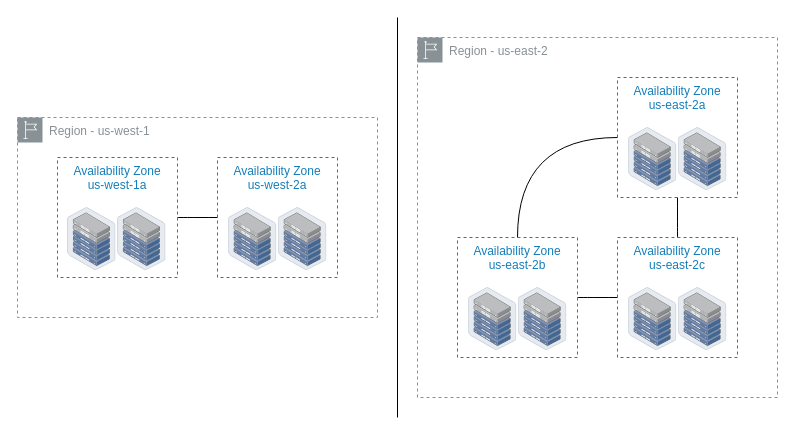
Earlier version of the draw.io diagram diagrams/regions.drawio (MichaelStott/tech-squawks). Source tidied: cells renumbered, new cells numbered last; positions are measured from the earlier drawing's top-left corner, leaving out a move shared by most shapes. Both pictures are drawn from the tidied source at 100%, with x=0, y=0 at pixel (17, 17).
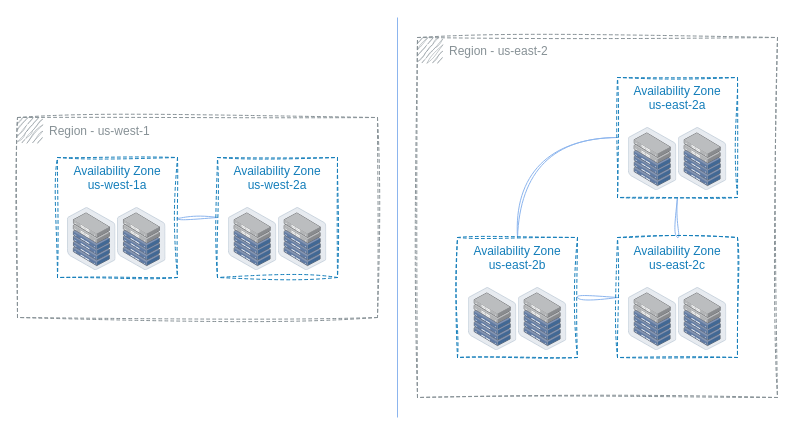
After the change.

The edit, as a diff of the source:
```diff
@@
-    <mxCell id="2" value="&lt;div&gt;Region - us-east-2&lt;/div&gt;" style="sketch=0;gradientColor=none;html=1;whiteSpace=wrap;fontSize=12;fontStyle=0;shape=mxgraph.aws4.group;grIcon=mxgraph.aws4.group_region;strokeColor=#879196;fillColor=none;verticalAlign=top;align=left;spacingLeft=30;fontColor=#879196;dashed=1;" parent="1" vertex="1">
+    <mxCell id="2" value="&lt;div&gt;Region - us-east-2&lt;/div&gt;" style="gradientColor=none;html=1;whiteSpace=wrap;fontSize=12;fontStyle=0;shape=mxgraph.aws4.group;grIcon=mxgraph.aws4.group_region;strokeColor=#879196;fillColor=none;verticalAlign=top;align=left;spacingLeft=30;fontColor=#879196;dashed=1;sketch=1;curveFitting=1;jiggle=2;" parent="1" vertex="1">
       <mxGeometry x="400" y="20" width="360" height="360" as="geometry" />
     </mxCell>
-    <mxCell id="3" style="edgeStyle=orthogonalEdgeStyle;jettySize=auto;html=1;exitX=0.5;exitY=0;exitDx=0;exitDy=0;entryX=0;entryY=0.5;entryDx=0;entryDy=0;endArrow=none;endFill=0;curved=1;" parent="1" edge="1" source="5" target="8">
+    <mxCell id="3" style="edgeStyle=orthogonalEdgeStyle;jettySize=auto;html=1;exitX=0.5;exitY=0;exitDx=0;exitDy=0;entryX=0;entryY=0.5;entryDx=0;entryDy=0;endArrow=none;endFill=0;curved=1;strokeColor=#8CB5EE;sketch=1;curveFitting=1;jiggle=2;" parent="1" edge="1" source="5" target="8">
       <mxGeometry relative="1" as="geometry" />
     </mxCell>
-    <mxCell id="4" style="edgeStyle=orthogonalEdgeStyle;curved=1;jettySize=auto;html=1;exitX=1;exitY=0.5;exitDx=0;exitDy=0;entryX=0;entryY=0.5;entryDx=0;entryDy=0;endArrow=none;endFill=0;" parent="1" edge="1" source="5" target="7">
+    <mxCell id="4" style="edgeStyle=orthogonalEdgeStyle;curved=1;jettySize=auto;html=1;exitX=1;exitY=0.5;exitDx=0;exitDy=0;entryX=0;entryY=0.5;entryDx=0;entryDy=0;endArrow=none;endFill=0;strokeColor=#8CB5EE;sketch=1;curveFitting=1;jiggle=2;" parent="1" edge="1" source="5" target="7">
       <mxGeometry relative="1" as="geometry" />
     </mxCell>
-    <mxCell id="5" value="Availability Zone&#10;us-east-2b&#10;" style="fillColor=none;strokeColor=#147EBA;dashed=1;verticalAlign=top;fontStyle=0;fontColor=#147EBA;" parent="1" vertex="1">
+    <mxCell id="5" value="Availability Zone&#10;us-east-2b&#10;" style="fillColor=none;strokeColor=#147EBA;dashed=1;verticalAlign=top;fontStyle=0;fontColor=#147EBA;sketch=1;curveFitting=1;jiggle=2;" parent="1" vertex="1">
       <mxGeometry x="440" y="220" width="120" height="120" as="geometry" />
     </mxCell>
-    <mxCell id="6" style="edgeStyle=orthogonalEdgeStyle;curved=1;jettySize=auto;html=1;exitX=0.5;exitY=0;exitDx=0;exitDy=0;entryX=0.5;entryY=1;entryDx=0;entryDy=0;endArrow=none;endFill=0;" parent="1" edge="1" source="7" target="8">
+    <mxCell id="6" style="edgeStyle=orthogonalEdgeStyle;curved=1;jettySize=auto;html=1;exitX=0.5;exitY=0;exitDx=0;exitDy=0;entryX=0.5;entryY=1;entryDx=0;entryDy=0;endArrow=none;endFill=0;strokeColor=#8CB5EE;sketch=1;curveFitting=1;jiggle=2;" parent="1" edge="1" source="7" target="8">
       <mxGeometry relative="1" as="geometry" />
     </mxCell>
-    <mxCell id="7" value="Availability Zone&#10;us-east-2c&#10;" style="fillColor=none;strokeColor=#147EBA;dashed=1;verticalAlign=top;fontStyle=0;fontColor=#147EBA;" parent="1" vertex="1">
+    <mxCell id="7" value="Availability Zone&#10;us-east-2c&#10;" style="fillColor=none;strokeColor=#147EBA;dashed=1;verticalAlign=top;fontStyle=0;fontColor=#147EBA;sketch=1;curveFitting=1;jiggle=2;" parent="1" vertex="1">
       <mxGeometry x="600" y="220" width="120" height="120" as="geometry" />
     </mxCell>
-    <mxCell id="8" value="Availability Zone&#10;us-east-2a&#10;" style="fillColor=none;strokeColor=#147EBA;dashed=1;verticalAlign=top;fontStyle=0;fontColor=#147EBA;" parent="1" vertex="1">
+    <mxCell id="8" value="Availability Zone&#10;us-east-2a&#10;" style="fillColor=none;strokeColor=#147EBA;dashed=1;verticalAlign=top;fontStyle=0;fontColor=#147EBA;sketch=1;curveFitting=1;jiggle=2;" parent="1" vertex="1">
       <mxGeometry x="600" y="60" width="120" height="120" as="geometry" />
     </mxCell>
-    <mxCell id="9" value="&lt;div&gt;Region - us-west-1&lt;/div&gt;" style="sketch=0;gradientColor=none;html=1;whiteSpace=wrap;fontSize=12;fontStyle=0;shape=mxgraph.aws4.group;grIcon=mxgraph.aws4.group_region;strokeColor=#879196;fillColor=none;verticalAlign=top;align=left;spacingLeft=30;fontColor=#879196;dashed=1;" parent="1" vertex="1">
+    <mxCell id="9" value="&lt;div&gt;Region - us-west-1&lt;/div&gt;" style="sketch=1;gradientColor=none;html=1;whiteSpace=wrap;fontSize=12;fontStyle=0;shape=mxgraph.aws4.group;grIcon=mxgraph.aws4.group_region;strokeColor=#879196;fillColor=none;verticalAlign=top;align=left;spacingLeft=30;fontColor=#879196;dashed=1;curveFitting=1;jiggle=2;" parent="1" vertex="1">
       <mxGeometry y="100" width="360" height="200" as="geometry" />
     </mxCell>
-    <mxCell id="10" style="edgeStyle=orthogonalEdgeStyle;curved=1;jettySize=auto;html=1;exitX=1;exitY=0.5;exitDx=0;exitDy=0;endArrow=none;endFill=0;" parent="1" edge="1" source="11" target="12">
+    <mxCell id="10" style="edgeStyle=orthogonalEdgeStyle;curved=1;jettySize=auto;html=1;exitX=1;exitY=0.5;exitDx=0;exitDy=0;endArrow=none;endFill=0;strokeColor=#8CB5EE;sketch=1;curveFitting=1;jiggle=2;" parent="1" edge="1" source="11" target="12">
       <mxGeometry relative="1" as="geometry" />
     </mxCell>
-    <mxCell id="11" value="Availability Zone&#10;us-west-1a&#10;" style="fillColor=none;strokeColor=#147EBA;dashed=1;verticalAlign=top;fontStyle=0;fontColor=#147EBA;" parent="1" vertex="1">
+    <mxCell id="11" value="Availability Zone&#10;us-west-1a&#10;" style="fillColor=none;strokeColor=#147EBA;dashed=1;verticalAlign=top;fontStyle=0;fontColor=#147EBA;sketch=1;curveFitting=1;jiggle=2;" parent="1" vertex="1">
       <mxGeometry x="40" y="140" width="120" height="120" as="geometry" />
     </mxCell>
-    <mxCell id="12" value="Availability Zone&#10;us-west-2a&#10;" style="fillColor=none;strokeColor=#147EBA;dashed=1;verticalAlign=top;fontStyle=0;fontColor=#147EBA;" parent="1" vertex="1">
+    <mxCell id="12" value="Availability Zone&#10;us-west-2a&#10;" style="fillColor=none;strokeColor=#147EBA;dashed=1;verticalAlign=top;fontStyle=0;fontColor=#147EBA;sketch=1;curveFitting=1;jiggle=2;" parent="1" vertex="1">
       <mxGeometry x="200" y="140" width="120" height="120" as="geometry" />
     </mxCell>
@@
-    <mxCell id="23" style="endArrow=none;html=1;rounded=0;" parent="1" edge="1">
+    <mxCell id="23" style="endArrow=none;html=1;rounded=0;strokeColor=#8CB5EE;" parent="1" edge="1">
       <mxGeometry relative="1" as="geometry">
         <mxPoint x="380" y="400" as="sourcePoint" />
         <mxPoint x="380" as="targetPoint" />
       </mxGeometry>
     </mxCell>
```
